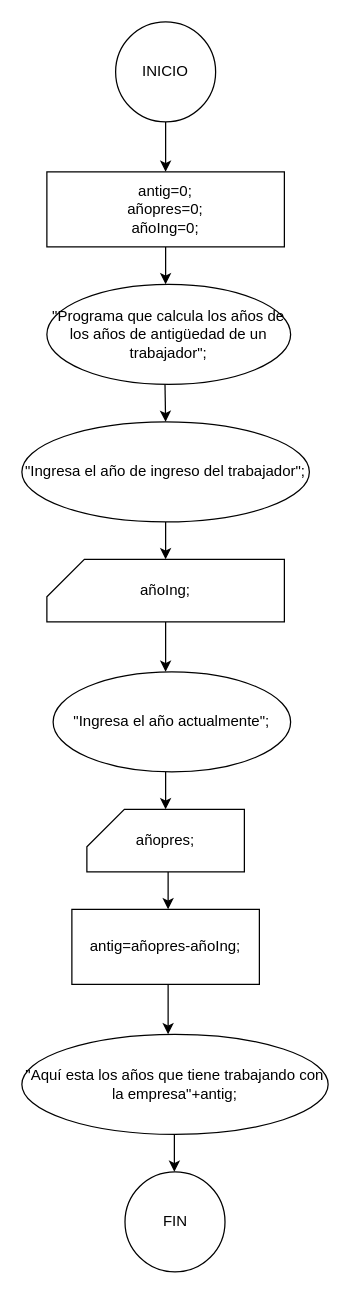
The draw.io diagram Untitled Diagram.drawio in GhostDopFerB/dwdwd, before the edit. Source tidied: cells renumbered, new cells numbered last; positions are measured from the earlier drawing's top-left corner, leaving out a move shared by most shapes. Both pictures are drawn from the tidied source at 125%, with x=0, y=0 at pixel (21, 21).
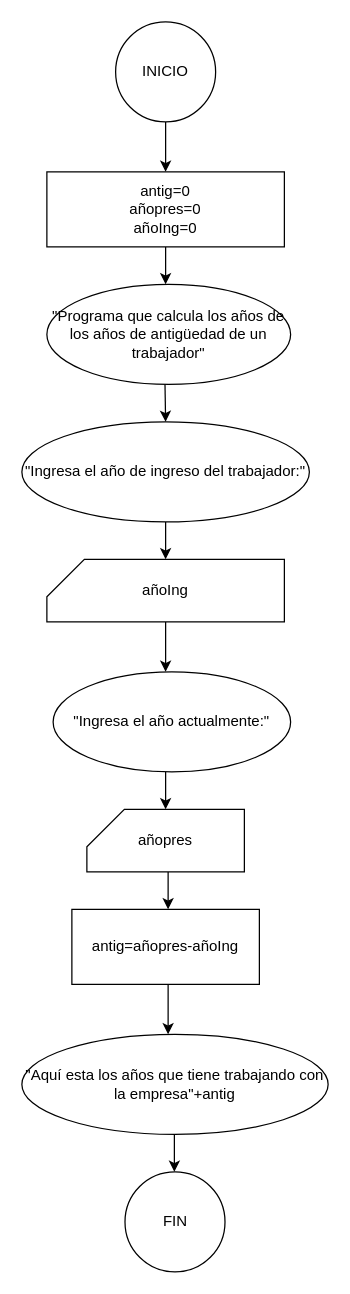
After the change.

What changed in the source:
```diff
@@
-    <mxCell id="4" value="antig=0;&lt;br&gt;añopres=0;&lt;br&gt;añoIng=0;" style="rounded=0;whiteSpace=wrap;html=1;" parent="1" vertex="1">
+    <mxCell id="4" value="antig=0&lt;br&gt;añopres=0&lt;br&gt;añoIng=0" style="rounded=0;whiteSpace=wrap;html=1;" parent="1" vertex="1">
       <mxGeometry x="20" y="120" width="190" height="60" as="geometry" />
     </mxCell>
@@
-    <mxCell id="6" value="&quot;Programa que calcula los años de los años de antigüedad de un trabajador&quot;;" style="ellipse;whiteSpace=wrap;html=1;" parent="1" vertex="1">
+    <mxCell id="6" value="&quot;Programa que calcula los años de los años de antigüedad de un trabajador&quot;" style="ellipse;whiteSpace=wrap;html=1;" parent="1" vertex="1">
       <mxGeometry x="20" y="210" width="195" height="80" as="geometry" />
     </mxCell>
@@
-    <mxCell id="8" value="&quot;Ingresa el año de ingreso del trabajador&quot;;" style="ellipse;whiteSpace=wrap;html=1;" parent="1" vertex="1">
+    <mxCell id="8" value="&quot;Ingresa el año de ingreso del trabajador:&quot;" style="ellipse;whiteSpace=wrap;html=1;" parent="1" vertex="1">
       <mxGeometry y="320" width="230" height="80" as="geometry" />
     </mxCell>
@@
-    <mxCell id="10" value="añoIng;" style="shape=card;whiteSpace=wrap;html=1;" parent="1" vertex="1">
+    <mxCell id="10" value="añoIng" style="shape=card;whiteSpace=wrap;html=1;" parent="1" vertex="1">
       <mxGeometry x="20" y="430" width="190" height="50" as="geometry" />
     </mxCell>
@@
-    <mxCell id="12" value="&quot;Ingresa el año actualmente&quot;;" style="ellipse;whiteSpace=wrap;html=1;" parent="1" vertex="1">
+    <mxCell id="12" value="&quot;Ingresa el año actualmente:&quot;" style="ellipse;whiteSpace=wrap;html=1;" parent="1" vertex="1">
       <mxGeometry x="25" y="520" width="190" height="80" as="geometry" />
     </mxCell>
@@
-    <mxCell id="14" value="añopres;" style="shape=card;whiteSpace=wrap;html=1;" parent="1" vertex="1">
+    <mxCell id="14" value="añopres" style="shape=card;whiteSpace=wrap;html=1;" parent="1" vertex="1">
       <mxGeometry x="52" y="630" width="126" height="50" as="geometry" />
     </mxCell>
@@
-    <mxCell id="16" value="antig=añopres-añoIng;" style="rounded=0;whiteSpace=wrap;html=1;" parent="1" vertex="1">
+    <mxCell id="16" value="antig=añopres-añoIng" style="rounded=0;whiteSpace=wrap;html=1;" parent="1" vertex="1">
       <mxGeometry x="40" y="710" width="150" height="60" as="geometry" />
     </mxCell>
@@
-    <mxCell id="18" value="&quot;Aquí esta los años que tiene trabajando con la empresa&quot;+antig;" style="ellipse;whiteSpace=wrap;html=1;" parent="1" vertex="1">
+    <mxCell id="18" value="&quot;Aquí esta los años que tiene trabajando con la empresa&quot;+antig" style="ellipse;whiteSpace=wrap;html=1;" parent="1" vertex="1">
       <mxGeometry y="810" width="245" height="80" as="geometry" />
     </mxCell>
```
